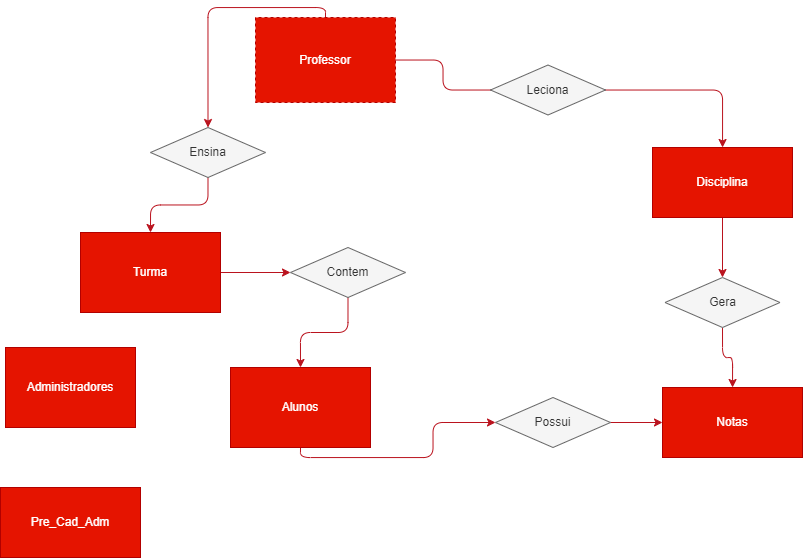
Above: escola_completo/src/main/resources/ModeloBanco.drawio.png in Hunter7210/Java_Spring-Study (draw.io), before the change. Source tidied: cells renumbered, new cells last; positions are measured from the earlier drawing's top-left corner, leaving out a move shared by most shapes.
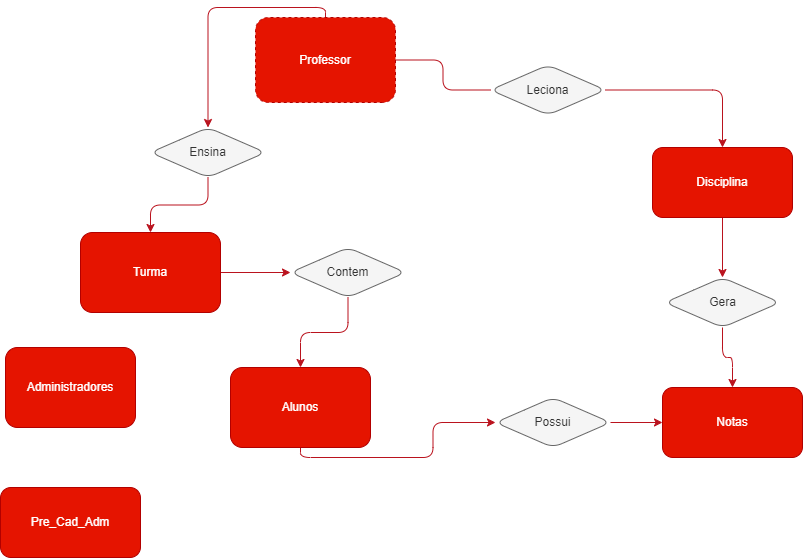
The same file after the commit.

What changed in the source:
```diff
@@ -2,16 +2,16 @@
   <root>
     <mxCell id="0" />
     <mxCell id="1" parent="0" />
-    <mxCell id="2" value="Administradores" style="whiteSpace=wrap;html=1;fillColor=#e51400;strokeColor=#B20000;rounded=0;glass=0;shadow=0;fontColor=#ffffff;" parent="1" vertex="1">
+    <mxCell id="2" value="Administradores" style="whiteSpace=wrap;html=1;fillColor=#e51400;strokeColor=#B20000;rounded=1;glass=0;shadow=0;fontColor=#ffffff;" parent="1" vertex="1">
       <mxGeometry x="5" y="330" width="130" height="80" as="geometry" />
     </mxCell>
-    <mxCell id="3" value="Pre_Cad_Adm" style="whiteSpace=wrap;html=1;fillColor=#e51400;fontColor=#ffffff;strokeColor=#B20000;" parent="1" vertex="1">
+    <mxCell id="3" value="Pre_Cad_Adm" style="whiteSpace=wrap;html=1;fillColor=#e51400;fontColor=#ffffff;strokeColor=#B20000;rounded=1;" parent="1" vertex="1">
       <mxGeometry y="470" width="140" height="70" as="geometry" />
     </mxCell>
     <mxCell id="4" style="edgeStyle=orthogonalEdgeStyle;html=1;exitX=0.5;exitY=1;exitDx=0;exitDy=0;entryX=0;entryY=0.5;entryDx=0;entryDy=0;fillColor=#6d8764;strokeColor=#BA131E;" parent="1" edge="1" source="5" target="16">
       <mxGeometry relative="1" as="geometry" />
     </mxCell>
-    <mxCell id="5" value="Alunos" style="fillColor=#e51400;fontColor=#ffffff;strokeColor=#B20000;labelBackgroundColor=none;labelBorderColor=none;whiteSpace=wrap;html=1;" parent="1" vertex="1">
+    <mxCell id="5" value="Alunos" style="fillColor=#e51400;fontColor=#ffffff;strokeColor=#B20000;labelBackgroundColor=none;labelBorderColor=none;whiteSpace=wrap;html=1;rounded=1;" parent="1" vertex="1">
       <mxGeometry x="230" y="350" width="140" height="80" as="geometry" />
     </mxCell>
     <mxCell id="6" style="edgeStyle=orthogonalEdgeStyle;html=1;fontColor=#171616;startArrow=none;fillColor=#6d8764;strokeColor=#BA131E;" parent="1" edge="1" source="20" target="9">
@@ -23,49 +23,49 @@
     <mxCell id="8" style="edgeStyle=orthogonalEdgeStyle;html=1;exitX=0.5;exitY=1;exitDx=0;exitDy=0;entryX=0.5;entryY=0;entryDx=0;entryDy=0;fillColor=#6d8764;strokeColor=#BA131E;" parent="1" edge="1" source="9" target="14">
       <mxGeometry relative="1" as="geometry" />
     </mxCell>
-    <mxCell id="9" value="Disciplina" style="whiteSpace=wrap;html=1;fillColor=#e51400;fontColor=#ffffff;strokeColor=#B20000;" parent="1" vertex="1">
+    <mxCell id="9" value="Disciplina" style="whiteSpace=wrap;html=1;fillColor=#e51400;fontColor=#ffffff;strokeColor=#B20000;rounded=1;" parent="1" vertex="1">
       <mxGeometry x="652" y="130" width="140" height="70" as="geometry" />
     </mxCell>
-    <mxCell id="10" value="Notas" style="whiteSpace=wrap;html=1;fillColor=#e51400;fontColor=#ffffff;strokeColor=#B20000;" parent="1" vertex="1">
+    <mxCell id="10" value="Notas" style="whiteSpace=wrap;html=1;fillColor=#e51400;fontColor=#ffffff;strokeColor=#B20000;rounded=1;" parent="1" vertex="1">
       <mxGeometry x="662" y="370" width="140" height="70" as="geometry" />
     </mxCell>
     <mxCell id="11" style="edgeStyle=orthogonalEdgeStyle;html=1;exitX=0.5;exitY=1;exitDx=0;exitDy=0;entryX=0.5;entryY=0;entryDx=0;entryDy=0;fillColor=#6d8764;strokeColor=#BA131E;" parent="1" edge="1" source="12" target="18">
       <mxGeometry relative="1" as="geometry" />
     </mxCell>
-    <mxCell id="12" value="Ensina" style="rhombus;whiteSpace=wrap;html=1;rounded=0;shadow=0;glass=0;labelBackgroundColor=none;labelBorderColor=none;fontColor=#333333;fillColor=#f5f5f5;strokeColor=#666666;" parent="1" vertex="1">
+    <mxCell id="12" value="Ensina" style="rhombus;whiteSpace=wrap;html=1;rounded=1;shadow=0;glass=0;labelBackgroundColor=none;labelBorderColor=none;fontColor=#333333;fillColor=#f5f5f5;strokeColor=#666666;" parent="1" vertex="1">
       <mxGeometry x="150" y="110" width="115" height="50" as="geometry" />
     </mxCell>
     <mxCell id="13" style="edgeStyle=orthogonalEdgeStyle;html=1;exitX=0.5;exitY=1;exitDx=0;exitDy=0;fillColor=#6d8764;strokeColor=#BA131E;" parent="1" edge="1" source="14" target="10">
       <mxGeometry relative="1" as="geometry" />
     </mxCell>
-    <mxCell id="14" value="Gera" style="rhombus;whiteSpace=wrap;html=1;rounded=0;shadow=0;glass=0;labelBackgroundColor=none;labelBorderColor=none;fontColor=#333333;fillColor=#f5f5f5;strokeColor=#666666;" parent="1" vertex="1">
+    <mxCell id="14" value="Gera" style="rhombus;whiteSpace=wrap;html=1;rounded=1;shadow=0;glass=0;labelBackgroundColor=none;labelBorderColor=none;fontColor=#333333;fillColor=#f5f5f5;strokeColor=#666666;" parent="1" vertex="1">
       <mxGeometry x="664.5" y="260" width="115" height="50" as="geometry" />
     </mxCell>
     <mxCell id="15" style="edgeStyle=orthogonalEdgeStyle;html=1;exitX=1;exitY=0.5;exitDx=0;exitDy=0;entryX=0;entryY=0.5;entryDx=0;entryDy=0;fillColor=#6d8764;strokeColor=#BA131E;" parent="1" edge="1" source="16" target="10">
       <mxGeometry relative="1" as="geometry" />
     </mxCell>
-    <mxCell id="16" value="Possui" style="rhombus;whiteSpace=wrap;html=1;rounded=0;shadow=0;glass=0;labelBackgroundColor=none;labelBorderColor=none;fontColor=#333333;fillColor=#f5f5f5;strokeColor=#666666;" parent="1" vertex="1">
+    <mxCell id="16" value="Possui" style="rhombus;whiteSpace=wrap;html=1;rounded=1;shadow=0;glass=0;labelBackgroundColor=none;labelBorderColor=none;fontColor=#333333;fillColor=#f5f5f5;strokeColor=#666666;" parent="1" vertex="1">
       <mxGeometry x="495" y="380" width="115" height="50" as="geometry" />
     </mxCell>
     <mxCell id="17" style="edgeStyle=orthogonalEdgeStyle;html=1;exitX=1;exitY=0.5;exitDx=0;exitDy=0;fillColor=#6d8764;strokeColor=#BA131E;" parent="1" edge="1" source="18" target="22">
       <mxGeometry relative="1" as="geometry" />
     </mxCell>
-    <mxCell id="18" value="Turma" style="fillColor=#e51400;fontColor=#ffffff;strokeColor=#B20000;labelBackgroundColor=none;labelBorderColor=none;whiteSpace=wrap;html=1;" parent="1" vertex="1">
+    <mxCell id="18" value="Turma" style="fillColor=#e51400;fontColor=#ffffff;strokeColor=#B20000;labelBackgroundColor=none;labelBorderColor=none;whiteSpace=wrap;html=1;rounded=1;" parent="1" vertex="1">
       <mxGeometry x="80" y="215" width="140" height="80" as="geometry" />
     </mxCell>
     <mxCell id="19" style="edgeStyle=orthogonalEdgeStyle;html=1;fontColor=#171616;endArrow=none;fillColor=#6d8764;strokeColor=#BA131E;" parent="1" edge="1" source="23" target="20">
       <mxGeometry relative="1" as="geometry" />
     </mxCell>
-    <mxCell id="20" value="Leciona" style="rhombus;whiteSpace=wrap;html=1;rounded=0;shadow=0;glass=0;labelBackgroundColor=none;labelBorderColor=none;fillColor=#f5f5f5;strokeColor=#666666;fontColor=#333333;" parent="1" vertex="1">
+    <mxCell id="20" value="Leciona" style="rhombus;whiteSpace=wrap;html=1;rounded=1;shadow=0;glass=0;labelBackgroundColor=none;labelBorderColor=none;fillColor=#f5f5f5;strokeColor=#666666;fontColor=#333333;" parent="1" vertex="1">
       <mxGeometry x="490" y="47.5" width="115" height="50" as="geometry" />
     </mxCell>
     <mxCell id="21" style="edgeStyle=orthogonalEdgeStyle;html=1;exitX=0.5;exitY=1;exitDx=0;exitDy=0;entryX=0.5;entryY=0;entryDx=0;entryDy=0;fillColor=#6d8764;strokeColor=#BA131E;" parent="1" edge="1" source="22" target="5">
       <mxGeometry relative="1" as="geometry" />
     </mxCell>
-    <mxCell id="22" value="Contem" style="rhombus;whiteSpace=wrap;html=1;rounded=0;shadow=0;glass=0;labelBackgroundColor=none;labelBorderColor=none;fontColor=#333333;fillColor=#f5f5f5;strokeColor=#666666;" parent="1" vertex="1">
+    <mxCell id="22" value="Contem" style="rhombus;whiteSpace=wrap;html=1;rounded=1;shadow=0;glass=0;labelBackgroundColor=none;labelBorderColor=none;fontColor=#333333;fillColor=#f5f5f5;strokeColor=#666666;" parent="1" vertex="1">
       <mxGeometry x="290" y="230" width="115" height="50" as="geometry" />
     </mxCell>
-    <mxCell id="23" value="Professor" style="whiteSpace=wrap;html=1;fillStyle=auto;fillColor=#e51400;strokeColor=#B20000;fontColor=#ffffff;dashed=1;rounded=0;glass=0;shadow=0;gradientColor=none;direction=west;" parent="1" vertex="1">
+    <mxCell id="23" value="Professor" style="whiteSpace=wrap;html=1;fillStyle=auto;fillColor=#e51400;strokeColor=#B20000;fontColor=#ffffff;dashed=1;rounded=1;glass=0;shadow=0;gradientColor=none;direction=west;" parent="1" vertex="1">
       <mxGeometry x="255" width="140" height="85" as="geometry" />
     </mxCell>
   </root>
```
